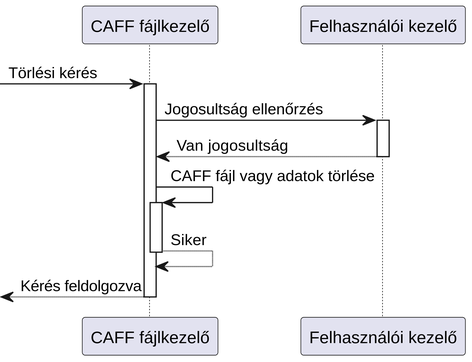
Fylota/hagyma_crysys keeps this PlantUML diagram as Pictures/sequence_admin_delete/AdminDelete.svg. Above is the earlier version.
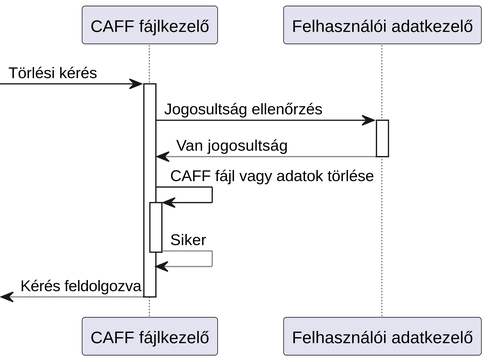
After the change.

What changed in the source:
```diff
@@ -2,7 +2,7 @@
 scale 5
 
 participant "CAFF fájlkezelő" as caff
-participant "Felhasználói kezelő" as felhasznalokezelo
+participant "Felhasználói adatkezelő" as felhasznalokezelo
 
 -> caff : Törlési kérés
 activate caff
```
